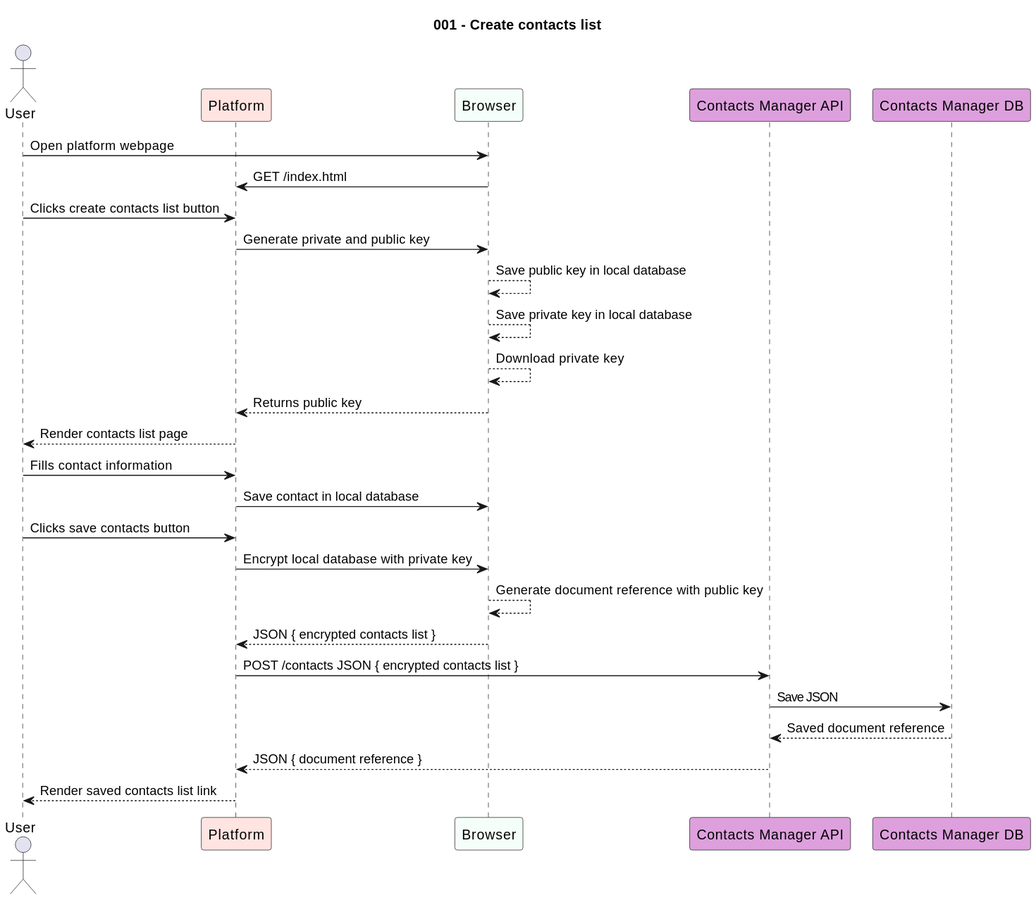
Before: src/usecases/001-create-contacts-list.svg, a diagram exported from PlantUML (paginas-secretas/docs).
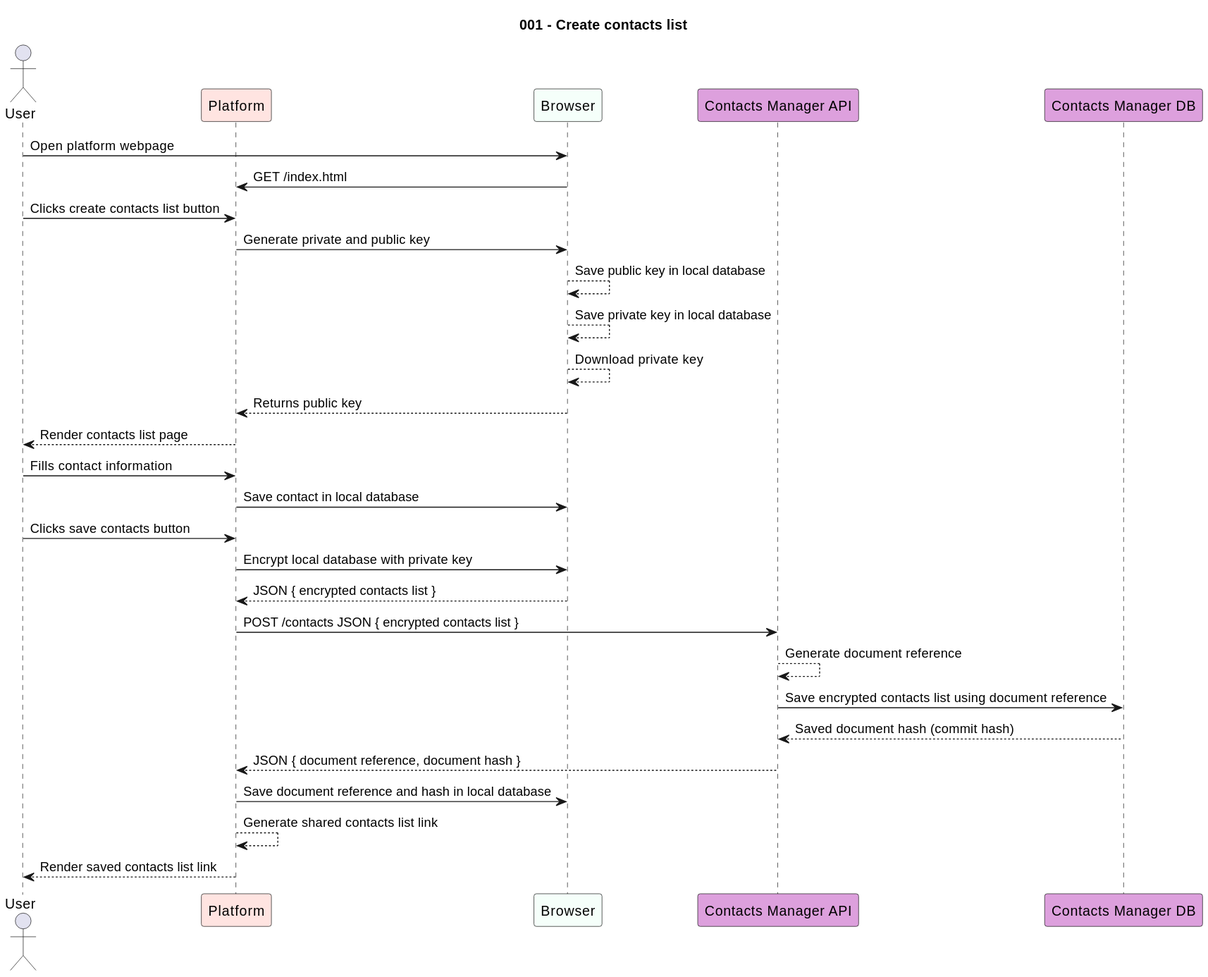
The same file after the commit.

The edit, as a diff of the source:
```diff
@@ -23,11 +23,13 @@
 
 User -> PL: Clicks save contacts button
 PL -> Browser: Encrypt local database with private key
-Browser --> Browser: Generate document reference with public key
 Browser --> PL: JSON { encrypted contacts list }
 PL -> CNT: POST /contacts JSON { encrypted contacts list }
-CNT -> CNT_DB: Save JSON
-CNT_DB --> CNT: Saved document reference
-CNT --> PL: JSON { document reference }
+CNT --> CNT: Generate document reference
+CNT -> CNT_DB: Save encrypted contacts list using document reference
+CNT_DB --> CNT: Saved document hash (commit hash)
+CNT --> PL: JSON { document reference, document hash }
+PL -> Browser: Save document reference and hash in local database
+PL --> PL: Generate shared contacts list link
 PL --> User: Render saved contacts list link
 @enduml
```
